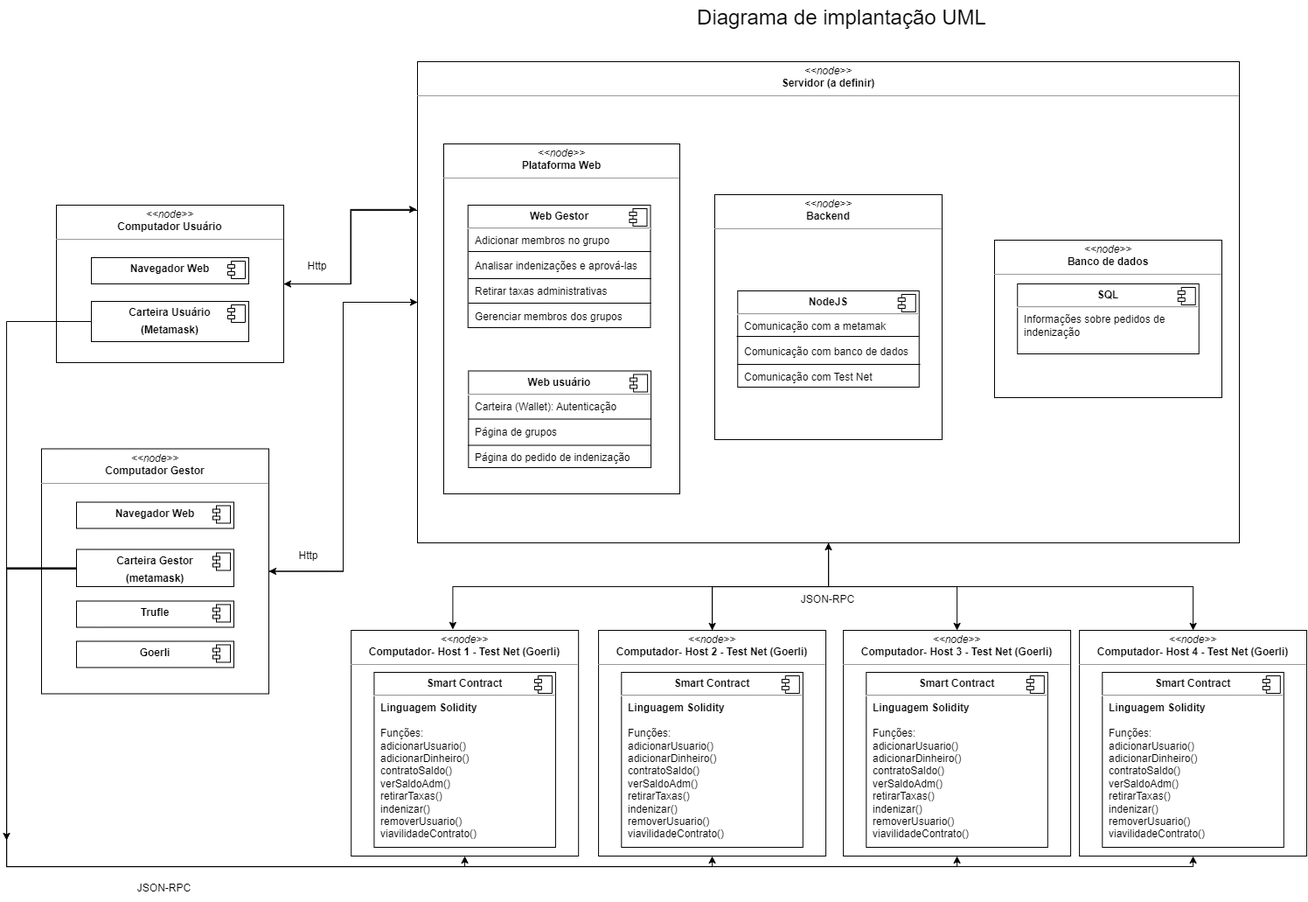
Earlier version of the draw.io export Documentos/outros/Templates/diagrama_implantação_uml.drawio.png (2023M5T4-Inteli/Projeto3). Source tidied: cells renumbered, new cells last; positions are measured from the earlier drawing's top-left corner, leaving out a move shared by most shapes.
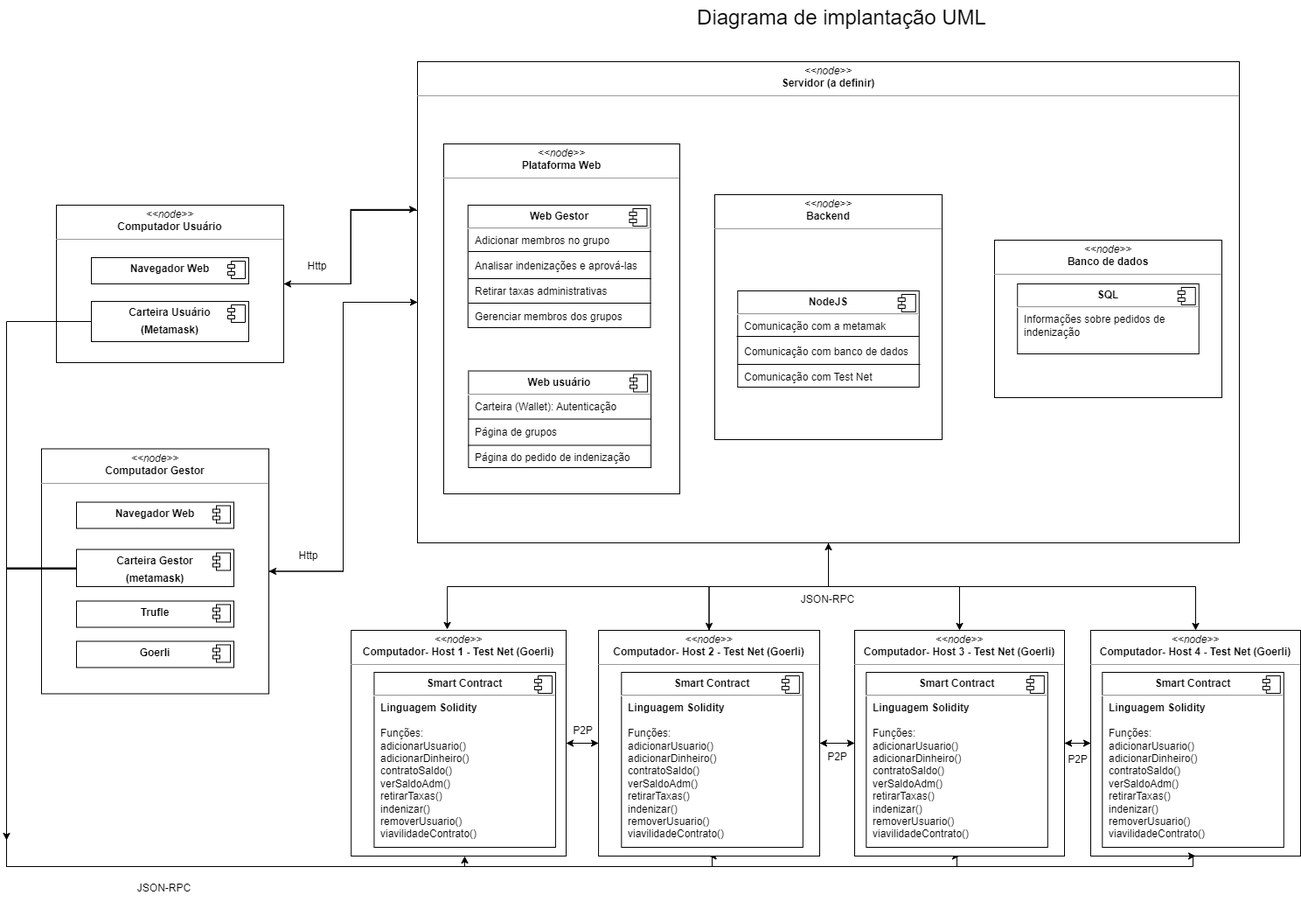
Later version of the same file.

Commit message:
Atualização do diagrama de implatação

Comunicação p2p adicionada

What changed in the source:
```diff
@@ -102,15 +102,6 @@
         </Array>
       </mxGeometry>
     </mxCell>
-    <mxCell id="25" style="edgeStyle=orthogonalEdgeStyle;rounded=0;jettySize=auto;html=1;entryX=0.5;entryY=1;entryDx=0;entryDy=0;" parent="1" edge="1" source="26" target="56">
-      <mxGeometry relative="1" as="geometry">
-        <Array as="points">
-          <mxPoint y="649" />
-          <mxPoint y="990" />
-          <mxPoint x="1357" y="990" />
-        </Array>
-      </mxGeometry>
-    </mxCell>
     <mxCell id="26" value="&lt;p style=&quot;margin:0px;margin-top:6px;text-align:center;&quot;&gt;&lt;b&gt;Carteira Gestor&lt;/b&gt;&lt;/p&gt;&lt;p style=&quot;margin:0px;margin-top:6px;text-align:center;&quot;&gt;&lt;b style=&quot;border-color: var(--border-color);&quot;&gt;(metamask)&lt;/b&gt;&lt;b&gt;&lt;br&gt;&lt;/b&gt;&lt;/p&gt;" style="align=left;overflow=fill;html=1;whiteSpace=wrap;labelBackgroundColor=none;" parent="1" vertex="1">
       <mxGeometry x="80" y="627.5" width="180" height="42.5" as="geometry" />
     </mxCell>
@@ -181,8 +172,11 @@
         <mxPoint x="-24" y="4" as="offset" />
       </mxGeometry>
     </mxCell>
+    <mxCell id="66" style="edgeStyle=orthogonalEdgeStyle;rounded=0;jettySize=auto;html=1;entryX=0;entryY=0.5;entryDx=0;entryDy=0;" parent="1" edge="1" source="46" target="50">
+      <mxGeometry relative="1" as="geometry" />
+    </mxCell>
     <mxCell id="46" value="&lt;p style=&quot;margin:0px;margin-top:4px;text-align:center;&quot;&gt;&lt;i&gt;&amp;lt;&amp;lt;node&amp;gt;&amp;gt;&lt;/i&gt;&lt;br&gt;&lt;b&gt;Computador- Host 1 - Test Net (Goerli)&lt;/b&gt;&lt;/p&gt;&lt;hr size=&quot;1&quot;&gt;&lt;p style=&quot;margin:0px;margin-left:4px;&quot;&gt;&lt;br&gt;&lt;/p&gt;&lt;p style=&quot;margin:0px;margin-left:4px;&quot;&gt;&lt;br&gt;&lt;/p&gt;" style="verticalAlign=top;align=left;overflow=fill;fontSize=12;fontFamily=Helvetica;html=1;whiteSpace=wrap;labelBackgroundColor=none;" parent="1" vertex="1">
-      <mxGeometry x="394.2" y="720" width="260" height="258" as="geometry" />
+      <mxGeometry x="394.2" y="720" width="245.8" height="258" as="geometry" />
     </mxCell>
     <mxCell id="47" value="&lt;p style=&quot;margin:0px;margin-top:6px;text-align:center;&quot;&gt;&lt;b&gt;Smart Contract&lt;/b&gt;&lt;/p&gt;&lt;hr&gt;&lt;p style=&quot;margin:0px;margin-left:8px;&quot;&gt;&lt;b&gt;Linguagem Solidity&lt;/b&gt;&lt;/p&gt;&lt;p style=&quot;margin:0px;margin-left:8px;&quot;&gt;&lt;b&gt;&lt;br&gt;&lt;/b&gt;&lt;/p&gt;&lt;p style=&quot;margin:0px;margin-left:8px;&quot;&gt;Funções:&lt;/p&gt;&lt;p style=&quot;margin:0px;margin-left:8px;&quot;&gt;&lt;span style=&quot;background-color: initial;&quot;&gt;adicionarUsuario()&lt;/span&gt;&lt;br&gt;&lt;/p&gt;&lt;p style=&quot;margin:0px;margin-left:8px;&quot;&gt;adicionarDinheiro()&lt;/p&gt;&lt;p style=&quot;margin:0px;margin-left:8px;&quot;&gt;contratoSaldo()&lt;/p&gt;&lt;p style=&quot;margin:0px;margin-left:8px;&quot;&gt;verSaldoAdm()&lt;/p&gt;&lt;p style=&quot;margin:0px;margin-left:8px;&quot;&gt;retirarTaxas()&lt;/p&gt;&lt;p style=&quot;margin:0px;margin-left:8px;&quot;&gt;indenizar()&lt;/p&gt;&lt;p style=&quot;margin:0px;margin-left:8px;&quot;&gt;removerUsuario()&lt;/p&gt;&lt;p style=&quot;margin:0px;margin-left:8px;&quot;&gt;viavilidadeContrato()&lt;/p&gt;&lt;p style=&quot;margin:0px;margin-left:8px;&quot;&gt;&lt;br&gt;&lt;/p&gt;&lt;p style=&quot;margin:0px;margin-left:8px;&quot;&gt;&lt;br&gt;&lt;/p&gt;&lt;p style=&quot;margin:0px;margin-left:8px;&quot;&gt;&lt;br&gt;&lt;/p&gt;&lt;p style=&quot;margin:0px;margin-left:8px;&quot;&gt;&lt;br&gt;&lt;/p&gt;" style="align=left;overflow=fill;html=1;whiteSpace=wrap;labelBackgroundColor=none;" parent="1" vertex="1">
       <mxGeometry x="420.4" y="768" width="207.5" height="200" as="geometry" />
@@ -195,8 +189,14 @@
     <mxCell id="49" style="edgeStyle=orthogonalEdgeStyle;rounded=0;jettySize=auto;html=1;entryX=0.5;entryY=1;entryDx=0;entryDy=0;" parent="1" edge="1" source="50" target="21">
       <mxGeometry relative="1" as="geometry" />
     </mxCell>
+    <mxCell id="67" style="edgeStyle=orthogonalEdgeStyle;rounded=0;jettySize=auto;html=1;" parent="1" edge="1" source="50" target="46">
+      <mxGeometry relative="1" as="geometry" />
+    </mxCell>
+    <mxCell id="68" style="edgeStyle=orthogonalEdgeStyle;rounded=0;jettySize=auto;html=1;" parent="1" edge="1" source="50" target="53">
+      <mxGeometry relative="1" as="geometry" />
+    </mxCell>
     <mxCell id="50" value="&lt;p style=&quot;margin:0px;margin-top:4px;text-align:center;&quot;&gt;&lt;i&gt;&amp;lt;&amp;lt;node&amp;gt;&amp;gt;&lt;/i&gt;&lt;br&gt;&lt;b&gt;Computador- Host 2 - Test Net (Goerli)&lt;/b&gt;&lt;/p&gt;&lt;hr size=&quot;1&quot;&gt;&lt;p style=&quot;margin:0px;margin-left:4px;&quot;&gt;&lt;br&gt;&lt;/p&gt;&lt;p style=&quot;margin:0px;margin-left:4px;&quot;&gt;&lt;br&gt;&lt;/p&gt;" style="verticalAlign=top;align=left;overflow=fill;fontSize=12;fontFamily=Helvetica;html=1;whiteSpace=wrap;labelBackgroundColor=none;" parent="1" vertex="1">
-      <mxGeometry x="677.1" y="720" width="260" height="258" as="geometry" />
+      <mxGeometry x="677.1" y="720" width="252.9" height="258" as="geometry" />
     </mxCell>
     <mxCell id="51" value="&lt;p style=&quot;margin:0px;margin-top:6px;text-align:center;&quot;&gt;&lt;b&gt;Smart Contract&lt;/b&gt;&lt;/p&gt;&lt;hr&gt;&lt;p style=&quot;margin:0px;margin-left:8px;&quot;&gt;&lt;b&gt;Linguagem Solidity&lt;/b&gt;&lt;/p&gt;&lt;p style=&quot;margin:0px;margin-left:8px;&quot;&gt;&lt;b&gt;&lt;br&gt;&lt;/b&gt;&lt;/p&gt;&lt;p style=&quot;margin:0px;margin-left:8px;&quot;&gt;Funções:&lt;/p&gt;&lt;p style=&quot;margin:0px;margin-left:8px;&quot;&gt;&lt;span style=&quot;background-color: initial;&quot;&gt;adicionarUsuario()&lt;/span&gt;&lt;br&gt;&lt;/p&gt;&lt;p style=&quot;margin:0px;margin-left:8px;&quot;&gt;adicionarDinheiro()&lt;/p&gt;&lt;p style=&quot;margin:0px;margin-left:8px;&quot;&gt;contratoSaldo()&lt;/p&gt;&lt;p style=&quot;margin:0px;margin-left:8px;&quot;&gt;verSaldoAdm()&lt;/p&gt;&lt;p style=&quot;margin:0px;margin-left:8px;&quot;&gt;retirarTaxas()&lt;/p&gt;&lt;p style=&quot;margin:0px;margin-left:8px;&quot;&gt;indenizar()&lt;/p&gt;&lt;p style=&quot;margin:0px;margin-left:8px;&quot;&gt;removerUsuario()&lt;/p&gt;&lt;p style=&quot;margin:0px;margin-left:8px;&quot;&gt;viavilidadeContrato()&lt;/p&gt;&lt;p style=&quot;margin:0px;margin-left:8px;&quot;&gt;&lt;br&gt;&lt;/p&gt;&lt;p style=&quot;margin:0px;margin-left:8px;&quot;&gt;&lt;br&gt;&lt;/p&gt;&lt;p style=&quot;margin:0px;margin-left:8px;&quot;&gt;&lt;br&gt;&lt;/p&gt;&lt;p style=&quot;margin:0px;margin-left:8px;&quot;&gt;&lt;br&gt;&lt;/p&gt;" style="align=left;overflow=fill;html=1;whiteSpace=wrap;labelBackgroundColor=none;" parent="1" vertex="1">
       <mxGeometry x="703.3" y="768" width="207.5" height="200" as="geometry" />
@@ -206,8 +206,14 @@
         <mxPoint x="-24" y="4" as="offset" />
       </mxGeometry>
     </mxCell>
+    <mxCell id="69" style="edgeStyle=orthogonalEdgeStyle;rounded=0;jettySize=auto;html=1;" parent="1" edge="1" source="53" target="50">
+      <mxGeometry relative="1" as="geometry" />
+    </mxCell>
+    <mxCell id="70" style="edgeStyle=orthogonalEdgeStyle;rounded=0;jettySize=auto;html=1;" parent="1" edge="1" source="53" target="56">
+      <mxGeometry relative="1" as="geometry" />
+    </mxCell>
     <mxCell id="53" value="&lt;p style=&quot;margin:0px;margin-top:4px;text-align:center;&quot;&gt;&lt;i&gt;&amp;lt;&amp;lt;node&amp;gt;&amp;gt;&lt;/i&gt;&lt;br&gt;&lt;b&gt;Computador- Host 3 - Test Net (Goerli)&lt;/b&gt;&lt;/p&gt;&lt;hr size=&quot;1&quot;&gt;&lt;p style=&quot;margin:0px;margin-left:4px;&quot;&gt;&lt;br&gt;&lt;/p&gt;&lt;p style=&quot;margin:0px;margin-left:4px;&quot;&gt;&lt;br&gt;&lt;/p&gt;" style="verticalAlign=top;align=left;overflow=fill;fontSize=12;fontFamily=Helvetica;html=1;whiteSpace=wrap;labelBackgroundColor=none;" parent="1" vertex="1">
-      <mxGeometry x="957.1" y="720" width="260" height="258" as="geometry" />
+      <mxGeometry x="970" y="720" width="240" height="258" as="geometry" />
     </mxCell>
     <mxCell id="54" value="&lt;p style=&quot;margin:0px;margin-top:6px;text-align:center;&quot;&gt;&lt;b&gt;Smart Contract&lt;/b&gt;&lt;/p&gt;&lt;hr&gt;&lt;p style=&quot;margin:0px;margin-left:8px;&quot;&gt;&lt;b&gt;Linguagem Solidity&lt;/b&gt;&lt;/p&gt;&lt;p style=&quot;margin:0px;margin-left:8px;&quot;&gt;&lt;b&gt;&lt;br&gt;&lt;/b&gt;&lt;/p&gt;&lt;p style=&quot;margin:0px;margin-left:8px;&quot;&gt;Funções:&lt;/p&gt;&lt;p style=&quot;margin:0px;margin-left:8px;&quot;&gt;&lt;span style=&quot;background-color: initial;&quot;&gt;adicionarUsuario()&lt;/span&gt;&lt;br&gt;&lt;/p&gt;&lt;p style=&quot;margin:0px;margin-left:8px;&quot;&gt;adicionarDinheiro()&lt;/p&gt;&lt;p style=&quot;margin:0px;margin-left:8px;&quot;&gt;contratoSaldo()&lt;/p&gt;&lt;p style=&quot;margin:0px;margin-left:8px;&quot;&gt;verSaldoAdm()&lt;/p&gt;&lt;p style=&quot;margin:0px;margin-left:8px;&quot;&gt;retirarTaxas()&lt;/p&gt;&lt;p style=&quot;margin:0px;margin-left:8px;&quot;&gt;indenizar()&lt;/p&gt;&lt;p style=&quot;margin:0px;margin-left:8px;&quot;&gt;removerUsuario()&lt;/p&gt;&lt;p style=&quot;margin:0px;margin-left:8px;&quot;&gt;viavilidadeContrato()&lt;/p&gt;&lt;p style=&quot;margin:0px;margin-left:8px;&quot;&gt;&lt;br&gt;&lt;/p&gt;&lt;p style=&quot;margin:0px;margin-left:8px;&quot;&gt;&lt;br&gt;&lt;/p&gt;&lt;p style=&quot;margin:0px;margin-left:8px;&quot;&gt;&lt;br&gt;&lt;/p&gt;&lt;p style=&quot;margin:0px;margin-left:8px;&quot;&gt;&lt;br&gt;&lt;/p&gt;" style="align=left;overflow=fill;html=1;whiteSpace=wrap;labelBackgroundColor=none;" parent="1" vertex="1">
       <mxGeometry x="983.3" y="768" width="207.5" height="200" as="geometry" />
@@ -217,8 +223,11 @@
         <mxPoint x="-24" y="4" as="offset" />
       </mxGeometry>
     </mxCell>
+    <mxCell id="71" style="edgeStyle=orthogonalEdgeStyle;rounded=0;jettySize=auto;html=1;" parent="1" edge="1" source="56" target="53">
+      <mxGeometry relative="1" as="geometry" />
+    </mxCell>
     <mxCell id="56" value="&lt;p style=&quot;margin:0px;margin-top:4px;text-align:center;&quot;&gt;&lt;i&gt;&amp;lt;&amp;lt;node&amp;gt;&amp;gt;&lt;/i&gt;&lt;br&gt;&lt;b&gt;Computador- Host 4 - Test Net (Goerli)&lt;/b&gt;&lt;/p&gt;&lt;hr size=&quot;1&quot;&gt;&lt;p style=&quot;margin:0px;margin-left:4px;&quot;&gt;&lt;br&gt;&lt;/p&gt;&lt;p style=&quot;margin:0px;margin-left:4px;&quot;&gt;&lt;br&gt;&lt;/p&gt;" style="verticalAlign=top;align=left;overflow=fill;fontSize=12;fontFamily=Helvetica;html=1;whiteSpace=wrap;labelBackgroundColor=none;" parent="1" vertex="1">
-      <mxGeometry x="1227.1" y="720" width="260" height="258" as="geometry" />
+      <mxGeometry x="1240" y="720" width="240" height="258" as="geometry" />
     </mxCell>
     <mxCell id="57" value="&lt;p style=&quot;margin:0px;margin-top:6px;text-align:center;&quot;&gt;&lt;b&gt;Smart Contract&lt;/b&gt;&lt;/p&gt;&lt;hr&gt;&lt;p style=&quot;margin:0px;margin-left:8px;&quot;&gt;&lt;b&gt;Linguagem Solidity&lt;/b&gt;&lt;/p&gt;&lt;p style=&quot;margin:0px;margin-left:8px;&quot;&gt;&lt;b&gt;&lt;br&gt;&lt;/b&gt;&lt;/p&gt;&lt;p style=&quot;margin:0px;margin-left:8px;&quot;&gt;Funções:&lt;/p&gt;&lt;p style=&quot;margin:0px;margin-left:8px;&quot;&gt;&lt;span style=&quot;background-color: initial;&quot;&gt;adicionarUsuario()&lt;/span&gt;&lt;br&gt;&lt;/p&gt;&lt;p style=&quot;margin:0px;margin-left:8px;&quot;&gt;adicionarDinheiro()&lt;/p&gt;&lt;p style=&quot;margin:0px;margin-left:8px;&quot;&gt;contratoSaldo()&lt;/p&gt;&lt;p style=&quot;margin:0px;margin-left:8px;&quot;&gt;verSaldoAdm()&lt;/p&gt;&lt;p style=&quot;margin:0px;margin-left:8px;&quot;&gt;retirarTaxas()&lt;/p&gt;&lt;p style=&quot;margin:0px;margin-left:8px;&quot;&gt;indenizar()&lt;/p&gt;&lt;p style=&quot;margin:0px;margin-left:8px;&quot;&gt;removerUsuario()&lt;/p&gt;&lt;p style=&quot;margin:0px;margin-left:8px;&quot;&gt;viavilidadeContrato()&lt;/p&gt;&lt;p style=&quot;margin:0px;margin-left:8px;&quot;&gt;&lt;br&gt;&lt;/p&gt;&lt;p style=&quot;margin:0px;margin-left:8px;&quot;&gt;&lt;br&gt;&lt;/p&gt;&lt;p style=&quot;margin:0px;margin-left:8px;&quot;&gt;&lt;br&gt;&lt;/p&gt;&lt;p style=&quot;margin:0px;margin-left:8px;&quot;&gt;&lt;br&gt;&lt;/p&gt;" style="align=left;overflow=fill;html=1;whiteSpace=wrap;labelBackgroundColor=none;" parent="1" vertex="1">
       <mxGeometry x="1253.3" y="768" width="207.5" height="200" as="geometry" />
@@ -253,5 +262,23 @@
     <mxCell id="65" value="JSON-RPC" style="text;html=1;align=center;verticalAlign=middle;strokeColor=none;fillColor=none;labelBackgroundColor=none;" parent="1" vertex="1">
       <mxGeometry x="899.4" y="670" width="80" height="30" as="geometry" />
     </mxCell>
+    <mxCell id="25" style="edgeStyle=orthogonalEdgeStyle;rounded=0;jettySize=auto;html=1;entryX=0.5;entryY=1;entryDx=0;entryDy=0;" parent="1" edge="1" source="26" target="56">
+      <mxGeometry relative="1" as="geometry">
+        <Array as="points">
+          <mxPoint y="649" />
+          <mxPoint y="990" />
+          <mxPoint x="1357" y="990" />
+        </Array>
+      </mxGeometry>
+    </mxCell>
+    <mxCell id="72" value="P2P" style="text;html=1;align=center;verticalAlign=middle;strokeColor=none;fillColor=none;labelBackgroundColor=none;" parent="1" vertex="1">
+      <mxGeometry x="633.9" y="820" width="50" height="30" as="geometry" />
+    </mxCell>
+    <mxCell id="73" value="P2P" style="text;html=1;align=center;verticalAlign=middle;strokeColor=none;fillColor=none;labelBackgroundColor=none;" parent="1" vertex="1">
+      <mxGeometry x="925.4" y="850" width="50" height="30" as="geometry" />
+    </mxCell>
+    <mxCell id="74" value="P2P" style="text;html=1;align=center;verticalAlign=middle;strokeColor=none;fillColor=none;labelBackgroundColor=none;" parent="1" vertex="1">
+      <mxGeometry x="1200" y="853" width="50" height="30" as="geometry" />
+    </mxCell>
   </root>
 </mxGraphModel>
```
